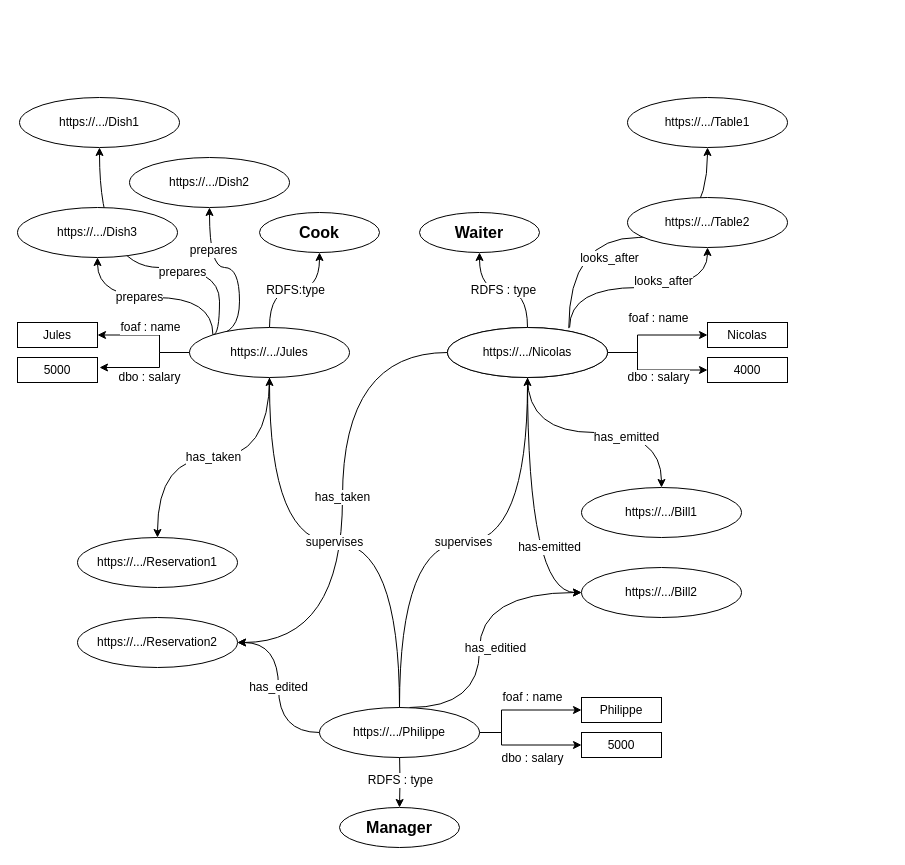
Earlier version of the draw.io diagram schema/instanceEmployee.dio (CH-KevinDubois/MAS-RAD-4-WEB-Mini-Projet). Source tidied: cells renumbered, new cells numbered last; positions are measured from the earlier drawing's top-left corner, leaving out a move shared by most shapes. Both pictures are drawn from the tidied source at 100%, with x=0, y=0 at pixel (17, 97).
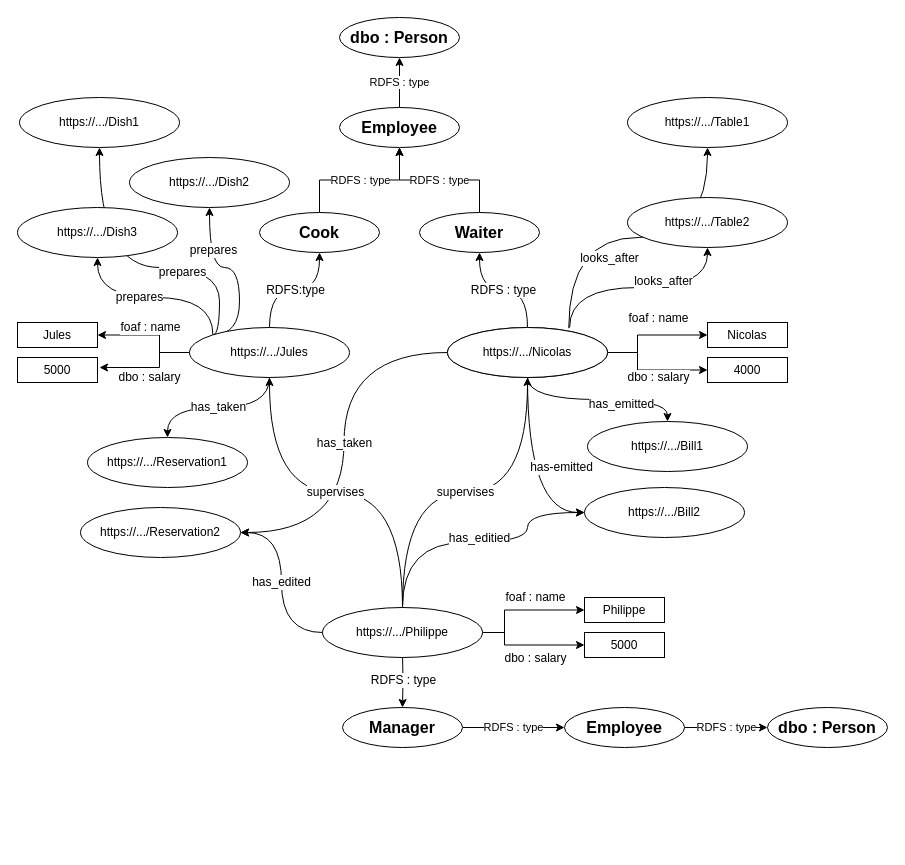
The same page after the edit.

Unchanged cells that the change refers to:
```xml
<mxCell id="33" value="Cook" style="ellipse;whiteSpace=wrap;html=1;fontSize=16;fontStyle=1;" parent="1" vertex="1">
  <mxGeometry x="242" y="115" width="120" height="40" as="geometry" />
</mxCell>
<mxCell id="34" value="Waiter" style="ellipse;whiteSpace=wrap;html=1;fontSize=16;fontStyle=1;" parent="1" vertex="1">
  <mxGeometry x="402" y="115" width="120" height="40" as="geometry" />
</mxCell>
```

Diff of the diagram source:
```diff
@@
     <mxCell id="14" value="RDFS : type" style="edgeStyle=orthogonalEdgeStyle;rounded=0;jettySize=auto;html=1;entryX=0.5;entryY=0;entryDx=0;entryDy=0;fontSize=12;" parent="1" edge="1" target="35">
       <mxGeometry relative="1" as="geometry">
-        <mxPoint x="382" y="655" as="sourcePoint" />
+        <mxPoint x="385" y="555" as="sourcePoint" />
       </mxGeometry>
     </mxCell>
@@
     <mxCell id="25" value="foaf : name" style="edgeStyle=orthogonalEdgeStyle;rounded=0;jettySize=auto;html=1;entryX=0;entryY=0.5;entryDx=0;entryDy=0;fontSize=12;" parent="1" edge="1" source="32" target="42">
       <mxGeometry x="0.2" y="13" relative="1" as="geometry">
         <Array as="points">
-          <mxPoint x="484" y="635" />
-          <mxPoint x="484" y="613" />
+          <mxPoint x="487" y="535" />
+          <mxPoint x="487" y="513" />
         </Array>
       </mxGeometry>
     </mxCell>
     <mxCell id="26" value="dbo : salary" style="edgeStyle=orthogonalEdgeStyle;rounded=0;jettySize=auto;html=1;entryX=0;entryY=0.5;entryDx=0;entryDy=0;fontSize=12;" parent="1" edge="1" source="32" target="43">
       <mxGeometry x="0.13" y="-13" relative="1" as="geometry">
         <Array as="points">
-          <mxPoint x="484" y="635" />
-          <mxPoint x="484" y="647" />
+          <mxPoint x="487" y="535" />
+          <mxPoint x="487" y="547" />
         </Array>
       </mxGeometry>
     </mxCell>
@@
-    <mxCell id="30" style="edgeStyle=orthogonalEdgeStyle;curved=1;jettySize=auto;html=1;entryX=0;entryY=0.5;entryDx=0;entryDy=0;fontSize=12;" parent="1" edge="1" target="44">
+    <mxCell id="30" style="edgeStyle=orthogonalEdgeStyle;curved=1;jettySize=auto;html=1;entryX=0;entryY=0.5;entryDx=0;entryDy=0;fontSize=12;exitX=0.5;exitY=0;exitDx=0;exitDy=0;" parent="1" edge="1" source="32" target="44">
       <mxGeometry relative="1" as="geometry">
-        <mxPoint x="392" y="610" as="sourcePoint" />
         <Array as="points">
-          <mxPoint x="462" y="495" />
+          <mxPoint x="385" y="445" />
+          <mxPoint x="510" y="445" />
+          <mxPoint x="510" y="415" />
         </Array>
       </mxGeometry>
     </mxCell>
     <mxCell id="31" value="has_editied" style="edgeLabel;html=1;align=center;verticalAlign=middle;fontSize=12;" parent="30" vertex="1">
       <mxGeometry x="-0.23" y="-15" relative="1" as="geometry">
-        <mxPoint y="-19.5" as="offset" />
+        <mxPoint x="34.9" y="-19.5" as="offset" />
       </mxGeometry>
     </mxCell>
     <mxCell id="32" value="https://.../Philippe" style="ellipse;whiteSpace=wrap;html=1;" parent="1" vertex="1">
-      <mxGeometry x="302" y="610" width="160" height="50" as="geometry" />
+      <mxGeometry x="305" y="510" width="160" height="50" as="geometry" />
     </mxCell>
+    <mxCell id="52" value="RDFS : type" style="edgeStyle=orthogonalEdgeStyle;rounded=0;jettySize=auto;html=1;entryX=0.5;entryY=1;entryDx=0;entryDy=0;" parent="1" edge="1" source="33" target="56">
+      <mxGeometry relative="1" as="geometry" />
+    </mxCell>
@@
+    <mxCell id="53" value="RDFS : type" style="edgeStyle=orthogonalEdgeStyle;rounded=0;jettySize=auto;html=1;entryX=0.5;entryY=1;entryDx=0;entryDy=0;" parent="1" edge="1" source="34" target="56">
+      <mxGeometry relative="1" as="geometry" />
+    </mxCell>
@@
+    <mxCell id="54" value="RDFS : type" style="edgeStyle=orthogonalEdgeStyle;rounded=0;jettySize=auto;html=1;entryX=0;entryY=0.5;entryDx=0;entryDy=0;" parent="1" edge="1" source="35" target="59">
+      <mxGeometry relative="1" as="geometry" />
+    </mxCell>
     <mxCell id="35" value="Manager" style="ellipse;whiteSpace=wrap;html=1;fontSize=16;fontStyle=1;" parent="1" vertex="1">
-      <mxGeometry x="322" y="710" width="120" height="40" as="geometry" />
+      <mxGeometry x="325" y="610" width="120" height="40" as="geometry" />
     </mxCell>
     <mxCell id="36" value="https://.../Reservation1" style="ellipse;whiteSpace=wrap;html=1;" parent="1" vertex="1">
-      <mxGeometry x="60" y="440" width="160" height="50" as="geometry" />
+      <mxGeometry x="70" y="340" width="160" height="50" as="geometry" />
     </mxCell>
     <mxCell id="37" value="https://.../Reservation2" style="ellipse;whiteSpace=wrap;html=1;" parent="1" vertex="1">
-      <mxGeometry x="60" y="520" width="160" height="50" as="geometry" />
+      <mxGeometry x="63" y="410" width="160" height="50" as="geometry" />
     </mxCell>
@@
     <mxCell id="42" value="Philippe" style="rounded=0;whiteSpace=wrap;html=1;fontSize=12;" parent="1" vertex="1">
-      <mxGeometry x="564" y="600" width="80" height="25" as="geometry" />
+      <mxGeometry x="567" y="500" width="80" height="25" as="geometry" />
     </mxCell>
     <mxCell id="43" value="5000" style="rounded=0;whiteSpace=wrap;html=1;fontSize=12;" parent="1" vertex="1">
-      <mxGeometry x="564" y="635" width="80" height="25" as="geometry" />
+      <mxGeometry x="567" y="535" width="80" height="25" as="geometry" />
     </mxCell>
     <mxCell id="44" value="https://.../Bill2" style="ellipse;whiteSpace=wrap;html=1;" parent="1" vertex="1">
-      <mxGeometry x="564" y="470" width="160" height="50" as="geometry" />
+      <mxGeometry x="567" y="390" width="160" height="50" as="geometry" />
     </mxCell>
     <mxCell id="45" value="https://.../Bill1" style="ellipse;whiteSpace=wrap;html=1;" parent="1" vertex="1">
-      <mxGeometry x="564" y="390" width="160" height="50" as="geometry" />
+      <mxGeometry x="570" y="324" width="160" height="50" as="geometry" />
     </mxCell>
@@
+    <mxCell id="55" value="RDFS : type" style="edgeStyle=orthogonalEdgeStyle;rounded=0;jettySize=auto;html=1;entryX=0.5;entryY=1;entryDx=0;entryDy=0;" parent="1" edge="1" source="56" target="57">
+      <mxGeometry relative="1" as="geometry" />
+    </mxCell>
+    <mxCell id="56" value="Employee" style="ellipse;whiteSpace=wrap;html=1;fontSize=16;fontStyle=1;" parent="1" vertex="1">
+      <mxGeometry x="322" y="10" width="120" height="40" as="geometry" />
+    </mxCell>
+    <mxCell id="57" value="dbo : Person" style="ellipse;whiteSpace=wrap;html=1;fontSize=16;fontStyle=1;" parent="1" vertex="1">
+      <mxGeometry x="322" y="-80" width="120" height="40" as="geometry" />
+    </mxCell>
+    <mxCell id="58" value="RDFS : type" style="edgeStyle=orthogonalEdgeStyle;rounded=0;jettySize=auto;html=1;entryX=0;entryY=0.5;entryDx=0;entryDy=0;" parent="1" edge="1" source="59" target="60">
+      <mxGeometry relative="1" as="geometry" />
+    </mxCell>
+    <mxCell id="59" value="Employee" style="ellipse;whiteSpace=wrap;html=1;fontSize=16;fontStyle=1;" parent="1" vertex="1">
+      <mxGeometry x="547" y="610" width="120" height="40" as="geometry" />
+    </mxCell>
+    <mxCell id="60" value="dbo : Person" style="ellipse;whiteSpace=wrap;html=1;fontSize=16;fontStyle=1;" parent="1" vertex="1">
+      <mxGeometry x="750" y="610" width="120" height="40" as="geometry" />
+    </mxCell>
```
